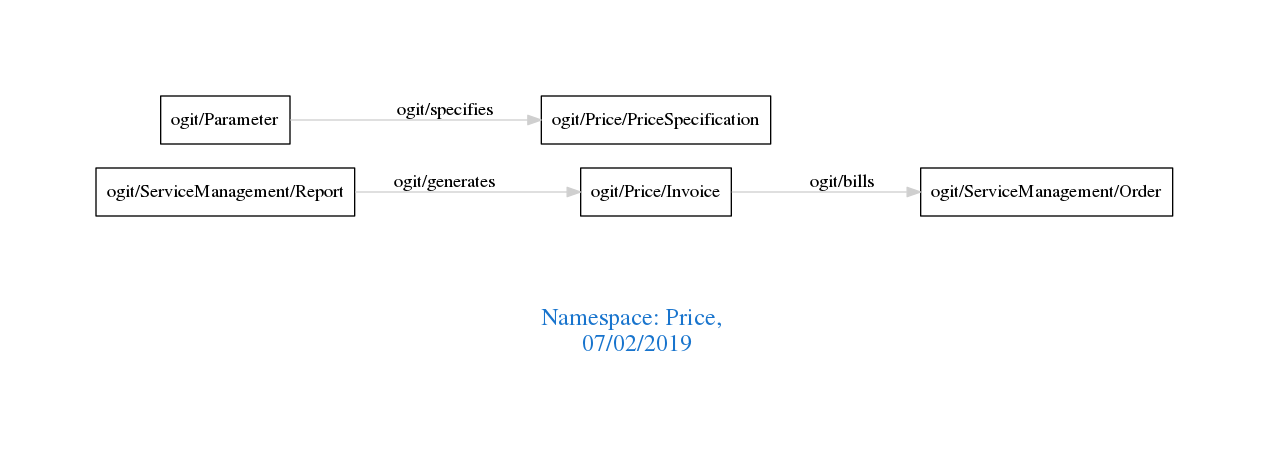
Above: downloads/Price.png in arago/OGIT (Graphviz), before the change. Its source is kept beside it as downloads/Price.dot.
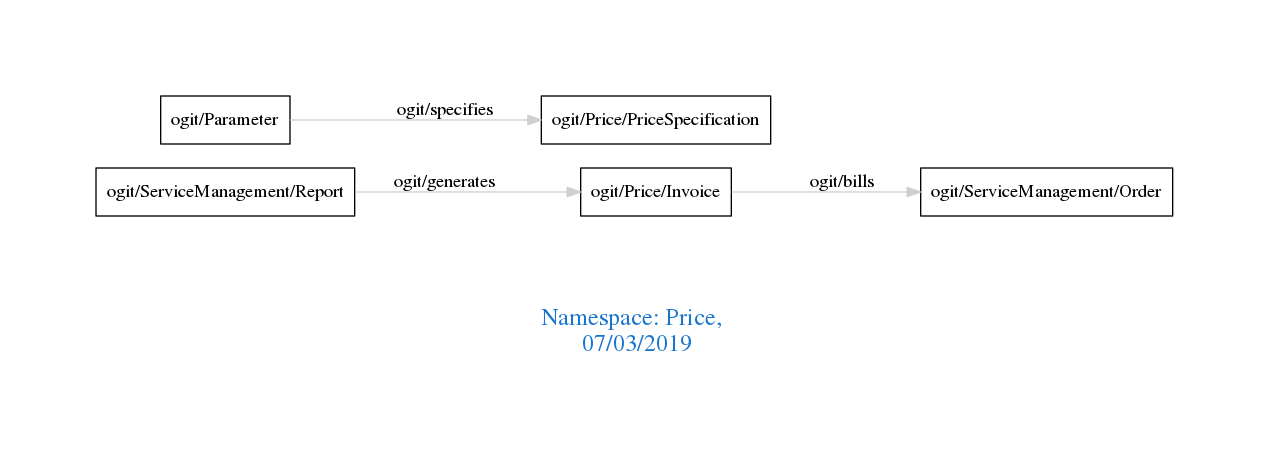
Later version of the same file.

Change to the diagram source:
```diff
@@ -1,7 +1,7 @@
 digraph OGIT_ontology {
  graph [ rankdir= LR,pad=1
 fontsize = 18,
-fontcolor= dodgerblue3,label = "\n\n\nNamespace: Price, \n 07/02/2019"];
+fontcolor= dodgerblue3,label = "\n\n\nNamespace: Price, \n 07/03/2019"];
 node[shape=polygon];
 edge [  color="gray81"];
 
```
